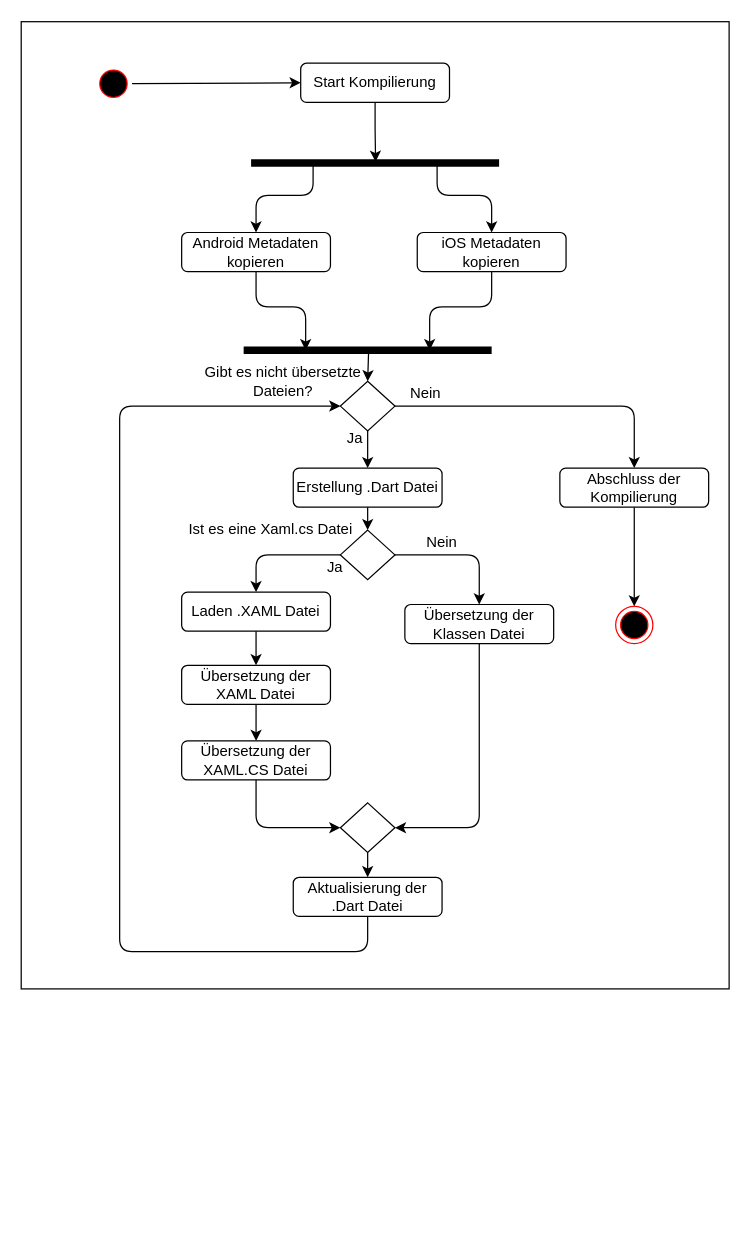
JulianPasque/Masterthesis keeps this draw.io diagram as Images/Implementation/Ablauf.drawio. Above is the earlier version. Source tidied: cells renumbered, new cells numbered last; positions are measured from the earlier drawing's top-left corner, leaving out a move shared by most shapes. Both pictures are drawn from the tidied source at 124%, with x=0, y=0 at pixel (21, 21).
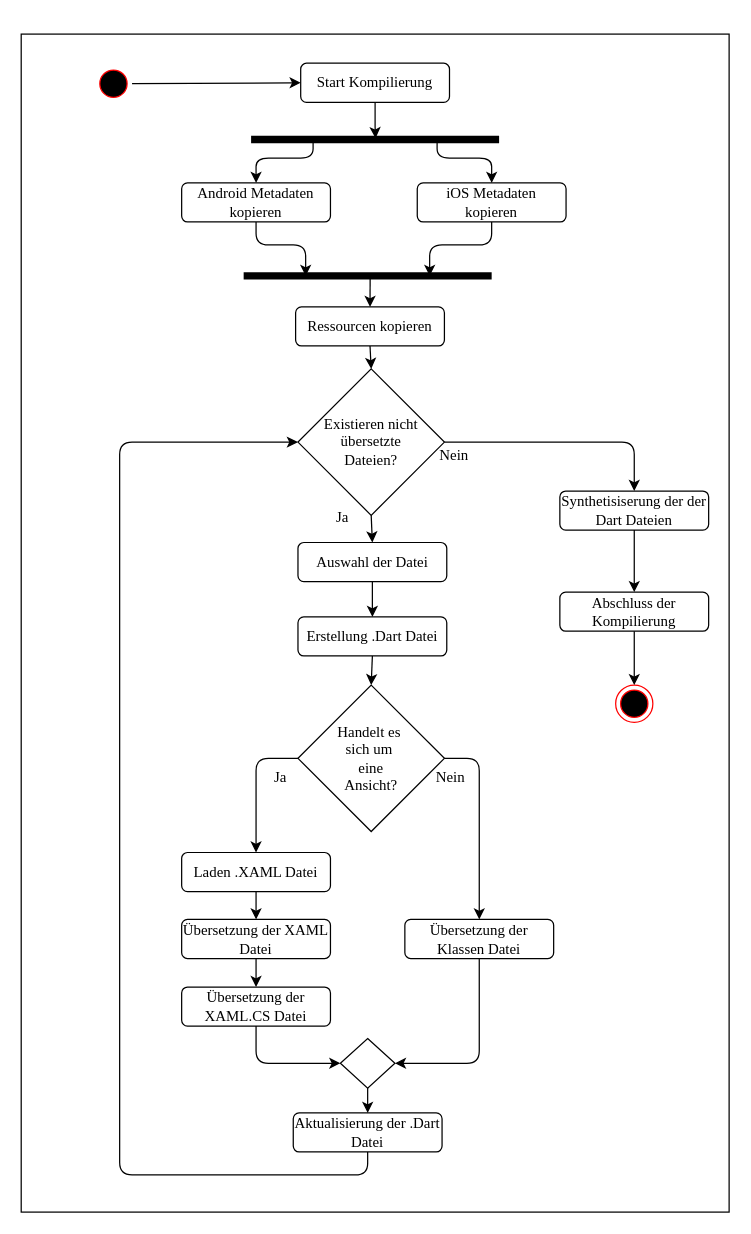
The same page after the edit.

Change to the diagram source:
```diff
@@
-    <mxCell id="2" style="whiteSpace=wrap;html=1;" parent="1" vertex="1">
-      <mxGeometry x="-0.4" width="570.9" height="780" as="geometry" />
+    <mxCell id="2" style="whiteSpace=wrap;html=1;fontFamily=Times New Roman;" parent="1" vertex="1">
+      <mxGeometry x="-0.4" y="10" width="570.9" height="950" as="geometry" />
     </mxCell>
-    <mxCell id="3" style="ellipse;html=1;shape=startState;fillColor=#000000;strokeColor=#ff0000;" parent="1" vertex="1">
+    <mxCell id="3" style="ellipse;html=1;shape=startState;fillColor=#000000;strokeColor=#ff0000;fontFamily=Times New Roman;" parent="1" vertex="1">
       <mxGeometry x="59" y="35" width="30" height="30" as="geometry" />
     </mxCell>
-    <mxCell id="4" style="ellipse;html=1;shape=endState;fillColor=#000000;strokeColor=#ff0000;" parent="1" vertex="1">
-      <mxGeometry x="479" y="471.5" width="30" height="30" as="geometry" />
+    <mxCell id="4" style="ellipse;html=1;shape=endState;fillColor=#000000;strokeColor=#ff0000;fontFamily=Times New Roman;" parent="1" vertex="1">
+      <mxGeometry x="479" y="535" width="30" height="30" as="geometry" />
     </mxCell>
-    <mxCell id="5" style="shape=line;html=1;strokeWidth=6;" parent="1" vertex="1">
-      <mxGeometry x="185" y="109" width="200" height="10" as="geometry" />
+    <mxCell id="5" style="shape=line;html=1;strokeWidth=6;fontFamily=Times New Roman;" parent="1" vertex="1">
+      <mxGeometry x="185" y="90" width="200" height="10" as="geometry" />
     </mxCell>
-    <mxCell id="6" value="Android Metadaten kopieren" style="rounded=1;whiteSpace=wrap;html=1;" parent="1" vertex="1">
-      <mxGeometry x="129" y="170" width="120" height="31.5" as="geometry" />
+    <mxCell id="6" value="Android Metadaten kopieren" style="rounded=1;whiteSpace=wrap;html=1;fontFamily=Times New Roman;" parent="1" vertex="1">
+      <mxGeometry x="129" y="130" width="120" height="31.5" as="geometry" />
     </mxCell>
-    <mxCell id="7" value="iOS Metadaten&lt;br&gt;kopieren" style="rounded=1;whiteSpace=wrap;html=1;" parent="1" vertex="1">
-      <mxGeometry x="319" y="170" width="120" height="31.5" as="geometry" />
+    <mxCell id="7" value="iOS Metadaten&lt;br&gt;kopieren" style="rounded=1;whiteSpace=wrap;html=1;fontFamily=Times New Roman;" parent="1" vertex="1">
+      <mxGeometry x="319" y="130" width="120" height="31.5" as="geometry" />
     </mxCell>
-    <mxCell id="8" style="endArrow=classic;html=1;exitX=0.25;exitY=0.5;exitDx=0;exitDy=0;exitPerimeter=0;entryX=0.5;entryY=0;entryDx=0;entryDy=0;" parent="1" edge="1" source="5" target="6">
+    <mxCell id="8" style="endArrow=classic;html=1;exitX=0.25;exitY=0.5;exitDx=0;exitDy=0;exitPerimeter=0;entryX=0.5;entryY=0;entryDx=0;entryDy=0;fontFamily=Times New Roman;" parent="1" edge="1" source="5" target="6">
       <mxGeometry relative="1" as="geometry">
         <Array as="points">
-          <mxPoint x="235" y="140" />
-          <mxPoint x="189" y="140" />
+          <mxPoint x="235" y="110" />
+          <mxPoint x="189" y="110" />
         </Array>
       </mxGeometry>
     </mxCell>
-    <mxCell id="9" style="endArrow=classic;html=1;exitX=0.75;exitY=0.5;exitDx=0;exitDy=0;exitPerimeter=0;entryX=0.5;entryY=0;entryDx=0;entryDy=0;" parent="1" edge="1" source="5" target="7">
+    <mxCell id="9" style="endArrow=classic;html=1;exitX=0.75;exitY=0.5;exitDx=0;exitDy=0;exitPerimeter=0;fontFamily=Times New Roman;entryX=0.5;entryY=0;entryDx=0;entryDy=0;" parent="1" edge="1" source="5" target="7">
       <mxGeometry relative="1" as="geometry">
         <Array as="points">
-          <mxPoint x="335" y="140" />
-          <mxPoint x="379" y="140" />
+          <mxPoint x="335" y="110" />
+          <mxPoint x="379" y="110" />
         </Array>
       </mxGeometry>
     </mxCell>
-    <mxCell id="10" style="edgeStyle=orthogonalEdgeStyle;rounded=0;jettySize=auto;html=1;entryX=0.502;entryY=0.4;entryDx=0;entryDy=0;entryPerimeter=0;" parent="1" edge="1" source="11" target="5">
+    <mxCell id="10" style="edgeStyle=orthogonalEdgeStyle;rounded=0;jettySize=auto;html=1;entryX=0.502;entryY=0.4;entryDx=0;entryDy=0;entryPerimeter=0;fontFamily=Times New Roman;" parent="1" edge="1" source="11" target="5">
       <mxGeometry relative="1" as="geometry" />
     </mxCell>
-    <mxCell id="11" value="Start Kompilierung" style="rounded=1;whiteSpace=wrap;html=1;" parent="1" vertex="1">
+    <mxCell id="11" value="Start Kompilierung" style="rounded=1;whiteSpace=wrap;html=1;fontFamily=Times New Roman;" parent="1" vertex="1">
       <mxGeometry x="225" y="33.5" width="120" height="31.5" as="geometry" />
     </mxCell>
-    <mxCell id="12" style="endArrow=classic;html=1;exitX=1;exitY=0.5;exitDx=0;exitDy=0;entryX=0;entryY=0.5;entryDx=0;entryDy=0;" parent="1" edge="1" source="3" target="11">
+    <mxCell id="12" style="endArrow=classic;html=1;exitX=1;exitY=0.5;exitDx=0;exitDy=0;entryX=0;entryY=0.5;entryDx=0;entryDy=0;fontFamily=Times New Roman;" parent="1" edge="1" source="3" target="11">
       <mxGeometry relative="1" as="geometry" />
     </mxCell>
-    <mxCell id="13" style="shape=line;html=1;strokeWidth=6;" parent="1" vertex="1">
-      <mxGeometry x="179" y="260" width="200" height="10" as="geometry" />
+    <mxCell id="13" style="shape=line;html=1;strokeWidth=6;fontFamily=Times New Roman;" parent="1" vertex="1">
+      <mxGeometry x="179" y="200" width="200" height="10" as="geometry" />
     </mxCell>
-    <mxCell id="14" style="endArrow=classic;html=1;exitX=0.5;exitY=1;exitDx=0;exitDy=0;entryX=0.25;entryY=0.5;entryDx=0;entryDy=0;entryPerimeter=0;" parent="1" edge="1" source="6" target="13">
+    <mxCell id="14" style="endArrow=classic;html=1;exitX=0.5;exitY=1;exitDx=0;exitDy=0;entryX=0.25;entryY=0.5;entryDx=0;entryDy=0;entryPerimeter=0;fontFamily=Times New Roman;" parent="1" edge="1" source="6" target="13">
       <mxGeometry relative="1" as="geometry">
         <Array as="points">
-          <mxPoint x="189" y="230" />
-          <mxPoint x="229" y="230" />
+          <mxPoint x="189" y="180" />
+          <mxPoint x="229" y="180" />
         </Array>
       </mxGeometry>
     </mxCell>
-    <mxCell id="15" style="endArrow=classic;html=1;exitX=0.5;exitY=1;exitDx=0;exitDy=0;entryX=0.75;entryY=0.5;entryDx=0;entryDy=0;entryPerimeter=0;" parent="1" edge="1" source="7" target="13">
+    <mxCell id="15" style="endArrow=classic;html=1;exitX=0.5;exitY=1;exitDx=0;exitDy=0;entryX=0.75;entryY=0.5;entryDx=0;entryDy=0;entryPerimeter=0;fontFamily=Times New Roman;" parent="1" edge="1" source="7" target="13">
       <mxGeometry relative="1" as="geometry">
         <Array as="points">
-          <mxPoint x="379" y="230" />
-          <mxPoint x="329" y="230" />
+          <mxPoint x="379" y="180" />
+          <mxPoint x="329" y="180" />
         </Array>
       </mxGeometry>
     </mxCell>
-    <mxCell id="16" style="rhombus;whiteSpace=wrap;html=1;strokeColor=#000000;" parent="1" vertex="1">
-      <mxGeometry x="257" y="290" width="44" height="40" as="geometry" />
+    <mxCell id="16" value="&lt;span&gt;Existieren nicht übersetzte &lt;br&gt;Dateien?&lt;/span&gt;" style="rhombus;whiteSpace=wrap;html=1;strokeColor=#000000;fontFamily=Times New Roman;" parent="1" vertex="1">
+      <mxGeometry x="222.8" y="280" width="118.1" height="118.1" as="geometry" />
     </mxCell>
-    <mxCell id="17" value="Gibt es nicht übersetzte Dateien?" style="text;html=1;strokeColor=none;fillColor=none;align=center;verticalAlign=middle;whiteSpace=wrap;rounded=0;" parent="1" vertex="1">
-      <mxGeometry x="139" y="280" width="144" height="20" as="geometry" />
-    </mxCell>
-    <mxCell id="18" style="endArrow=none;html=1;exitX=0.5;exitY=0;exitDx=0;exitDy=0;entryX=0.504;entryY=0.47;entryDx=0;entryDy=0;entryPerimeter=0;startArrow=classic;startFill=1;endFill=0;" parent="1" edge="1" source="16" target="13">
-      <mxGeometry relative="1" as="geometry" />
-    </mxCell>
-    <mxCell id="19" value="Nein" style="text;html=1;strokeColor=none;fillColor=none;align=center;verticalAlign=middle;whiteSpace=wrap;rounded=0;" parent="1" vertex="1">
-      <mxGeometry x="306" y="290" width="40" height="20" as="geometry" />
+    <mxCell id="19" value="Nein" style="text;html=1;strokeColor=none;fillColor=none;align=center;verticalAlign=middle;whiteSpace=wrap;rounded=0;fontFamily=Times New Roman;" parent="1" vertex="1">
+      <mxGeometry x="329" y="340" width="40" height="20" as="geometry" />
     </mxCell>
-    <mxCell id="20" value="Ja" style="text;html=1;strokeColor=none;fillColor=none;align=center;verticalAlign=middle;whiteSpace=wrap;rounded=0;" parent="1" vertex="1">
-      <mxGeometry x="249" y="326" width="40" height="20" as="geometry" />
+    <mxCell id="20" value="Ja" style="text;html=1;strokeColor=none;fillColor=none;align=center;verticalAlign=middle;whiteSpace=wrap;rounded=0;fontFamily=Times New Roman;" parent="1" vertex="1">
+      <mxGeometry x="239" y="390" width="40" height="20" as="geometry" />
     </mxCell>
-    <mxCell id="21" style="endArrow=classic;html=1;exitX=0.5;exitY=1;exitDx=0;exitDy=0;entryX=0.5;entryY=0;entryDx=0;entryDy=0;" parent="1" edge="1" source="16" target="22">
-      <mxGeometry relative="1" as="geometry" />
-    </mxCell>
-    <mxCell id="22" value="Erstellung .Dart Datei" style="rounded=1;whiteSpace=wrap;html=1;" parent="1" vertex="1">
-      <mxGeometry x="219" y="360" width="120" height="31.5" as="geometry" />
+    <mxCell id="22" value="Erstellung .Dart Datei" style="rounded=1;whiteSpace=wrap;html=1;fontFamily=Times New Roman;" parent="1" vertex="1">
+      <mxGeometry x="222.8" y="480" width="120" height="31.5" as="geometry" />
     </mxCell>
-    <mxCell id="23" value="Laden .XAML Datei" style="rounded=1;whiteSpace=wrap;html=1;" parent="1" vertex="1">
-      <mxGeometry x="129" y="460" width="120" height="31.5" as="geometry" />
+    <mxCell id="23" value="Laden .XAML Datei" style="rounded=1;whiteSpace=wrap;html=1;fontFamily=Times New Roman;" parent="1" vertex="1">
+      <mxGeometry x="129" y="670" width="120" height="31.5" as="geometry" />
     </mxCell>
-    <mxCell id="24" value="Übersetzung der XAML Datei" style="rounded=1;whiteSpace=wrap;html=1;" parent="1" vertex="1">
-      <mxGeometry x="129" y="519" width="120" height="31.5" as="geometry" />
+    <mxCell id="24" value="Übersetzung der XAML Datei" style="rounded=1;whiteSpace=wrap;html=1;fontFamily=Times New Roman;" parent="1" vertex="1">
+      <mxGeometry x="129" y="724" width="120" height="31.5" as="geometry" />
     </mxCell>
-    <mxCell id="25" style="endArrow=classic;html=1;exitX=0.5;exitY=1;exitDx=0;exitDy=0;entryX=0.5;entryY=0;entryDx=0;entryDy=0;" parent="1" edge="1" source="23" target="24">
+    <mxCell id="25" style="endArrow=classic;html=1;exitX=0.5;exitY=1;exitDx=0;exitDy=0;entryX=0.5;entryY=0;entryDx=0;entryDy=0;fontFamily=Times New Roman;" parent="1" edge="1" source="23" target="24">
       <mxGeometry relative="1" as="geometry" />
     </mxCell>
-    <mxCell id="26" value="Übersetzung der Klassen Datei" style="rounded=1;whiteSpace=wrap;html=1;" parent="1" vertex="1">
-      <mxGeometry x="309" y="470" width="120" height="31.5" as="geometry" />
+    <mxCell id="26" value="Übersetzung der Klassen Datei" style="rounded=1;whiteSpace=wrap;html=1;fontFamily=Times New Roman;" parent="1" vertex="1">
+      <mxGeometry x="309" y="724" width="120" height="31.5" as="geometry" />
     </mxCell>
-    <mxCell id="27" style="rhombus;whiteSpace=wrap;html=1;strokeColor=#000000;" parent="1" vertex="1">
-      <mxGeometry x="257" y="410" width="44" height="40" as="geometry" />
+    <mxCell id="27" value="Handelt es&amp;nbsp;&lt;br&gt;sich um&amp;nbsp;&lt;br&gt;eine&lt;br&gt;Ansicht?" style="rhombus;whiteSpace=wrap;html=1;strokeColor=#000000;fontFamily=Times New Roman;" parent="1" vertex="1">
+      <mxGeometry x="222.8" y="535" width="118.1" height="118.1" as="geometry" />
     </mxCell>
-    <mxCell id="28" value="Ist es eine Xaml.cs Datei" style="text;html=1;strokeColor=none;fillColor=none;align=center;verticalAlign=middle;whiteSpace=wrap;rounded=0;" parent="1" vertex="1">
-      <mxGeometry x="129" y="400" width="144" height="20" as="geometry" />
-    </mxCell>
-    <mxCell id="29" style="endArrow=classic;html=1;entryX=0.5;entryY=0;entryDx=0;entryDy=0;exitX=1;exitY=0.5;exitDx=0;exitDy=0;" parent="1" edge="1" source="27" target="26">
+    <mxCell id="29" style="endArrow=classic;html=1;entryX=0.5;entryY=0;entryDx=0;entryDy=0;exitX=1;exitY=0.5;exitDx=0;exitDy=0;fontFamily=Times New Roman;" parent="1" edge="1" source="27" target="26">
       <mxGeometry relative="1" as="geometry">
         <Array as="points">
-          <mxPoint x="369" y="430" />
+          <mxPoint x="369" y="594" />
         </Array>
       </mxGeometry>
     </mxCell>
-    <mxCell id="30" style="endArrow=classic;html=1;entryX=0.5;entryY=0;entryDx=0;entryDy=0;exitX=0;exitY=0.5;exitDx=0;exitDy=0;" parent="1" edge="1" source="27" target="23">
-      <mxGeometry relative="1" as="geometry">
-        <Array as="points">
-          <mxPoint x="189" y="430" />
-        </Array>
-      </mxGeometry>
-    </mxCell>
-    <mxCell id="31" value="Ja" style="text;html=1;strokeColor=none;fillColor=none;align=center;verticalAlign=middle;whiteSpace=wrap;rounded=0;" parent="1" vertex="1">
-      <mxGeometry x="233" y="430" width="40" height="20" as="geometry" />
+    <mxCell id="31" value="Ja" style="text;html=1;strokeColor=none;fillColor=none;align=center;verticalAlign=middle;whiteSpace=wrap;rounded=0;fontFamily=Times New Roman;" parent="1" vertex="1">
+      <mxGeometry x="189" y="600" width="40" height="20" as="geometry" />
     </mxCell>
-    <mxCell id="32" value="Nein" style="text;html=1;strokeColor=none;fillColor=none;align=center;verticalAlign=middle;whiteSpace=wrap;rounded=0;" parent="1" vertex="1">
-      <mxGeometry x="319" y="410" width="40" height="20" as="geometry" />
+    <mxCell id="32" value="Nein" style="text;html=1;strokeColor=none;fillColor=none;align=center;verticalAlign=middle;whiteSpace=wrap;rounded=0;fontFamily=Times New Roman;" parent="1" vertex="1">
+      <mxGeometry x="326" y="600" width="40" height="20" as="geometry" />
     </mxCell>
-    <mxCell id="33" style="endArrow=classic;html=1;entryX=0.5;entryY=0;entryDx=0;entryDy=0;exitX=0.5;exitY=1;exitDx=0;exitDy=0;" parent="1" edge="1" source="22" target="27">
+    <mxCell id="33" style="endArrow=classic;html=1;entryX=0.5;entryY=0;entryDx=0;entryDy=0;exitX=0.5;exitY=1;exitDx=0;exitDy=0;fontFamily=Times New Roman;" parent="1" edge="1" source="22" target="27">
       <mxGeometry relative="1" as="geometry" />
     </mxCell>
-    <mxCell id="34" value="Übersetzung der XAML.CS Datei" style="rounded=1;whiteSpace=wrap;html=1;" parent="1" vertex="1">
-      <mxGeometry x="129" y="580" width="120" height="31.5" as="geometry" />
+    <mxCell id="34" value="Übersetzung der XAML.CS Datei" style="rounded=1;whiteSpace=wrap;html=1;fontFamily=Times New Roman;" parent="1" vertex="1">
+      <mxGeometry x="129" y="778.5" width="120" height="31.5" as="geometry" />
     </mxCell>
-    <mxCell id="35" style="endArrow=classic;html=1;exitX=0.5;exitY=1;exitDx=0;exitDy=0;entryX=0.5;entryY=0;entryDx=0;entryDy=0;" parent="1" edge="1" source="24" target="34">
+    <mxCell id="35" style="endArrow=classic;html=1;exitX=0.5;exitY=1;exitDx=0;exitDy=0;entryX=0.5;entryY=0;entryDx=0;entryDy=0;fontFamily=Times New Roman;" parent="1" edge="1" source="24" target="34">
       <mxGeometry relative="1" as="geometry" />
     </mxCell>
-    <mxCell id="36" style="rhombus;whiteSpace=wrap;html=1;strokeColor=#000000;" parent="1" vertex="1">
-      <mxGeometry x="257" y="630" width="44" height="40" as="geometry" />
+    <mxCell id="36" style="rhombus;whiteSpace=wrap;html=1;strokeColor=#000000;fontFamily=Times New Roman;" parent="1" vertex="1">
+      <mxGeometry x="257" y="820" width="44" height="40" as="geometry" />
     </mxCell>
-    <mxCell id="37" style="endArrow=classic;html=1;entryX=0;entryY=0.5;entryDx=0;entryDy=0;exitX=0.5;exitY=1;exitDx=0;exitDy=0;" parent="1" edge="1" source="34" target="36">
+    <mxCell id="37" style="endArrow=classic;html=1;entryX=0;entryY=0.5;entryDx=0;entryDy=0;exitX=0.5;exitY=1;exitDx=0;exitDy=0;fontFamily=Times New Roman;" parent="1" edge="1" source="34" target="36">
       <mxGeometry relative="1" as="geometry">
         <Array as="points">
-          <mxPoint x="189" y="650" />
+          <mxPoint x="189" y="840" />
         </Array>
       </mxGeometry>
     </mxCell>
-    <mxCell id="38" style="endArrow=classic;html=1;exitX=0.5;exitY=1;exitDx=0;exitDy=0;entryX=1;entryY=0.5;entryDx=0;entryDy=0;" parent="1" edge="1" source="26" target="36">
+    <mxCell id="38" style="endArrow=classic;html=1;exitX=0.5;exitY=1;exitDx=0;exitDy=0;entryX=1;entryY=0.5;entryDx=0;entryDy=0;fontFamily=Times New Roman;" parent="1" edge="1" source="26" target="36">
       <mxGeometry relative="1" as="geometry">
         <Array as="points">
-          <mxPoint x="369" y="650" />
+          <mxPoint x="369" y="840" />
         </Array>
       </mxGeometry>
     </mxCell>
-    <mxCell id="39" value="Aktualisierung der .Dart Datei" style="rounded=1;whiteSpace=wrap;html=1;" parent="1" vertex="1">
-      <mxGeometry x="219" y="690" width="120" height="31.5" as="geometry" />
+    <mxCell id="39" value="Aktualisierung der .Dart Datei" style="rounded=1;whiteSpace=wrap;html=1;fontFamily=Times New Roman;" parent="1" vertex="1">
+      <mxGeometry x="219" y="880" width="120" height="31.5" as="geometry" />
     </mxCell>
-    <mxCell id="40" style="endArrow=classic;html=1;exitX=0.5;exitY=1;exitDx=0;exitDy=0;entryX=0.5;entryY=0;entryDx=0;entryDy=0;" parent="1" edge="1" source="36" target="39">
+    <mxCell id="40" style="endArrow=classic;html=1;exitX=0.5;exitY=1;exitDx=0;exitDy=0;entryX=0.5;entryY=0;entryDx=0;entryDy=0;fontFamily=Times New Roman;" parent="1" edge="1" source="36" target="39">
       <mxGeometry relative="1" as="geometry" />
     </mxCell>
-    <mxCell id="41" style="endArrow=classic;html=1;exitX=0.5;exitY=1;exitDx=0;exitDy=0;entryX=0;entryY=0.5;entryDx=0;entryDy=0;" parent="1" edge="1" source="39" target="16">
+    <mxCell id="41" style="endArrow=classic;html=1;exitX=0.5;exitY=1;exitDx=0;exitDy=0;entryX=0;entryY=0.5;entryDx=0;entryDy=0;fontFamily=Times New Roman;" parent="1" edge="1" source="39" target="16">
       <mxGeometry relative="1" as="geometry">
         <Array as="points">
-          <mxPoint x="279" y="750" />
-          <mxPoint x="79" y="750" />
-          <mxPoint x="79" y="310" />
+          <mxPoint x="279" y="930" />
+          <mxPoint x="79" y="930" />
+          <mxPoint x="79" y="339" />
         </Array>
       </mxGeometry>
     </mxCell>
-    <mxCell id="42" value="Abschluss der Kompilierung" style="rounded=1;whiteSpace=wrap;html=1;" parent="1" vertex="1">
-      <mxGeometry x="434" y="360" width="120" height="31.5" as="geometry" />
+    <mxCell id="42" value="Abschluss der Kompilierung" style="rounded=1;whiteSpace=wrap;html=1;fontFamily=Times New Roman;" parent="1" vertex="1">
+      <mxGeometry x="434" y="460" width="120" height="31.5" as="geometry" />
     </mxCell>
-    <mxCell id="43" style="endArrow=classic;html=1;entryX=0.5;entryY=0;entryDx=0;entryDy=0;exitX=1;exitY=0.5;exitDx=0;exitDy=0;" parent="1" edge="1" source="16" target="42">
+    <mxCell id="43" style="endArrow=classic;html=1;entryX=0.5;entryY=0;entryDx=0;entryDy=0;exitX=1;exitY=0.5;exitDx=0;exitDy=0;fontFamily=Times New Roman;" parent="1" edge="1" source="16" target="48">
       <mxGeometry relative="1" as="geometry">
         <Array as="points">
-          <mxPoint x="494" y="310" />
+          <mxPoint x="494" y="339" />
         </Array>
       </mxGeometry>
     </mxCell>
-    <mxCell id="44" style="endArrow=classic;html=1;entryX=0.5;entryY=0;entryDx=0;entryDy=0;exitX=0.5;exitY=1;exitDx=0;exitDy=0;" parent="1" edge="1" source="42" target="4">
+    <mxCell id="44" style="endArrow=classic;html=1;entryX=0.5;entryY=0;entryDx=0;entryDy=0;exitX=0.5;exitY=1;exitDx=0;exitDy=0;fontFamily=Times New Roman;" parent="1" edge="1" source="42" target="4">
       <mxGeometry relative="1" as="geometry" />
     </mxCell>
+    <mxCell id="45" value="Auswahl der Datei" style="rounded=1;whiteSpace=wrap;html=1;fontFamily=Times New Roman;" parent="1" vertex="1">
+      <mxGeometry x="222.8" y="420" width="120" height="31.5" as="geometry" />
+    </mxCell>
+    <mxCell id="30" style="endArrow=classic;html=1;entryX=0.5;entryY=0;entryDx=0;entryDy=0;exitX=0;exitY=0.5;exitDx=0;exitDy=0;fontFamily=Times New Roman;" parent="1" edge="1" source="27" target="23">
+      <mxGeometry relative="1" as="geometry">
+        <Array as="points">
+          <mxPoint x="189" y="594" />
+        </Array>
+      </mxGeometry>
+    </mxCell>
+    <mxCell id="46" style="endArrow=classic;html=1;entryX=0.5;entryY=0;entryDx=0;entryDy=0;exitX=0.5;exitY=1;exitDx=0;exitDy=0;fontFamily=Times New Roman;" parent="1" edge="1" source="16" target="45">
+      <mxGeometry relative="1" as="geometry" />
+    </mxCell>
+    <mxCell id="47" style="endArrow=classic;html=1;exitX=0.5;exitY=1;exitDx=0;exitDy=0;entryX=0.5;entryY=0;entryDx=0;entryDy=0;fontFamily=Times New Roman;" parent="1" edge="1" source="45" target="22">
+      <mxGeometry relative="1" as="geometry" />
+    </mxCell>
+    <mxCell id="48" value="Synthetisiserung der der&lt;br&gt;Dart Dateien" style="rounded=1;whiteSpace=wrap;html=1;fontFamily=Times New Roman;" parent="1" vertex="1">
+      <mxGeometry x="434" y="378.5" width="120" height="31.5" as="geometry" />
+    </mxCell>
+    <mxCell id="49" style="endArrow=classic;html=1;fontFamily=Times New Roman;exitX=0.5;exitY=1;exitDx=0;exitDy=0;entryX=0.5;entryY=0;entryDx=0;entryDy=0;" parent="1" edge="1" source="48" target="42">
+      <mxGeometry relative="1" as="geometry" />
+    </mxCell>
+    <mxCell id="50" value="Ressourcen kopieren" style="rounded=1;whiteSpace=wrap;html=1;fontFamily=Times New Roman;" parent="1" vertex="1">
+      <mxGeometry x="220.9" y="230" width="120" height="31.5" as="geometry" />
+    </mxCell>
+    <mxCell id="51" style="endArrow=classic;html=1;exitX=0.51;exitY=0.653;exitDx=0;exitDy=0;exitPerimeter=0;entryX=0.5;entryY=0;entryDx=0;entryDy=0;" parent="1" edge="1" source="13" target="50">
+      <mxGeometry relative="1" as="geometry" />
+    </mxCell>
+    <mxCell id="52" style="endArrow=classic;html=1;entryX=0.5;entryY=0;entryDx=0;entryDy=0;exitX=0.5;exitY=1;exitDx=0;exitDy=0;" parent="1" edge="1" source="50" target="16">
+      <mxGeometry relative="1" as="geometry" />
+    </mxCell>
```
